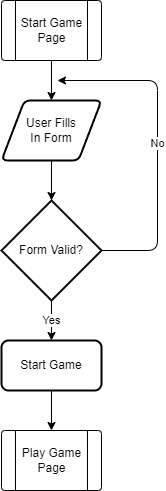
Earlier version of the draw.io export NEA-Final/Writeup/Design/Flowcharts/startgamepage.png (connormcharg/school-work). Source tidied: cells renumbered, new cells last; positions are measured from the earlier drawing's top-left corner, leaving out a move shared by most shapes. The source it was exported from:
```xml
<mxGraphModel>
  <root>
    <mxCell id="0" />
    <mxCell id="1" parent="0" />
    <mxCell id="2" style="verticalLabelPosition=bottom;verticalAlign=top;html=1;shape=process;whiteSpace=wrap;rounded=1;size=0.14;arcSize=6;" parent="1" vertex="1">
      <mxGeometry width="100" height="60" as="geometry" />
    </mxCell>
    <mxCell id="3" style="edgeStyle=none;html=1;" parent="1" edge="1" target="6">
      <mxGeometry relative="1" as="geometry">
        <mxPoint x="50" y="60" as="sourcePoint" />
      </mxGeometry>
    </mxCell>
    <mxCell id="4" value="Start Game&lt;br&gt;Page" style="text;html=1;align=center;verticalAlign=middle;strokeColor=none;fillColor=none;" parent="1" vertex="1">
      <mxGeometry x="10" y="10" width="80" height="40" as="geometry" />
    </mxCell>
    <mxCell id="5" style="edgeStyle=none;html=1;" parent="1" edge="1" source="6" target="9">
      <mxGeometry relative="1" as="geometry" />
    </mxCell>
    <mxCell id="6" value="User Fills&lt;br&gt;In Form" style="shape=parallelogram;html=1;strokeWidth=2;perimeter=parallelogramPerimeter;whiteSpace=wrap;rounded=1;arcSize=12;size=0.23;" parent="1" vertex="1">
      <mxGeometry y="100" width="100" height="60" as="geometry" />
    </mxCell>
    <mxCell id="7" value="Yes" style="edgeStyle=none;html=1;entryX=0.5;entryY=0;entryDx=0;entryDy=0;" parent="1" edge="1" source="9" target="11">
      <mxGeometry relative="1" as="geometry" />
    </mxCell>
    <mxCell id="8" value="No" style="edgeStyle=none;html=1;" parent="1" edge="1" source="9">
      <mxGeometry relative="1" as="geometry">
        <mxPoint x="56" y="80" as="targetPoint" />
        <Array as="points">
          <mxPoint x="156" y="250" />
          <mxPoint x="156" y="80" />
        </Array>
      </mxGeometry>
    </mxCell>
    <mxCell id="9" value="Form Valid?" style="strokeWidth=2;html=1;shape=mxgraph.flowchart.decision;whiteSpace=wrap;" parent="1" vertex="1">
      <mxGeometry y="200" width="100" height="100" as="geometry" />
    </mxCell>
    <mxCell id="10" style="edgeStyle=none;html=1;entryX=0.5;entryY=0;entryDx=0;entryDy=0;" parent="1" edge="1" source="11" target="12">
      <mxGeometry relative="1" as="geometry" />
    </mxCell>
    <mxCell id="11" value="Start Game" style="rounded=1;whiteSpace=wrap;html=1;absoluteArcSize=1;arcSize=14;strokeWidth=2;" parent="1" vertex="1">
      <mxGeometry y="340" width="100" height="50" as="geometry" />
    </mxCell>
    <mxCell id="12" style="verticalLabelPosition=bottom;verticalAlign=top;html=1;shape=process;whiteSpace=wrap;rounded=1;size=0.14;arcSize=6;" parent="1" vertex="1">
      <mxGeometry y="430" width="100" height="60" as="geometry" />
    </mxCell>
    <mxCell id="13" value="Play Game&lt;br&gt;Page" style="text;html=1;align=center;verticalAlign=middle;strokeColor=none;fillColor=none;" parent="1" vertex="1">
      <mxGeometry x="10" y="440" width="80" height="40" as="geometry" />
    </mxCell>
  </root>
</mxGraphModel>
```
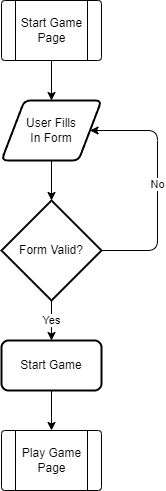
Above is the later version.

The edit, as a diff of the source:
```diff
@@ -22,12 +22,11 @@
     <mxCell id="7" value="Yes" style="edgeStyle=none;html=1;entryX=0.5;entryY=0;entryDx=0;entryDy=0;" parent="1" edge="1" source="9" target="11">
       <mxGeometry relative="1" as="geometry" />
     </mxCell>
-    <mxCell id="8" value="No" style="edgeStyle=none;html=1;" parent="1" edge="1" source="9">
+    <mxCell id="8" value="No" style="edgeStyle=none;html=1;entryX=1;entryY=0.5;entryDx=0;entryDy=0;" parent="1" edge="1" source="9" target="6">
       <mxGeometry relative="1" as="geometry">
-        <mxPoint x="56" y="80" as="targetPoint" />
         <Array as="points">
           <mxPoint x="156" y="250" />
-          <mxPoint x="156" y="80" />
+          <mxPoint x="156" y="130" />
         </Array>
       </mxGeometry>
     </mxCell>
```
